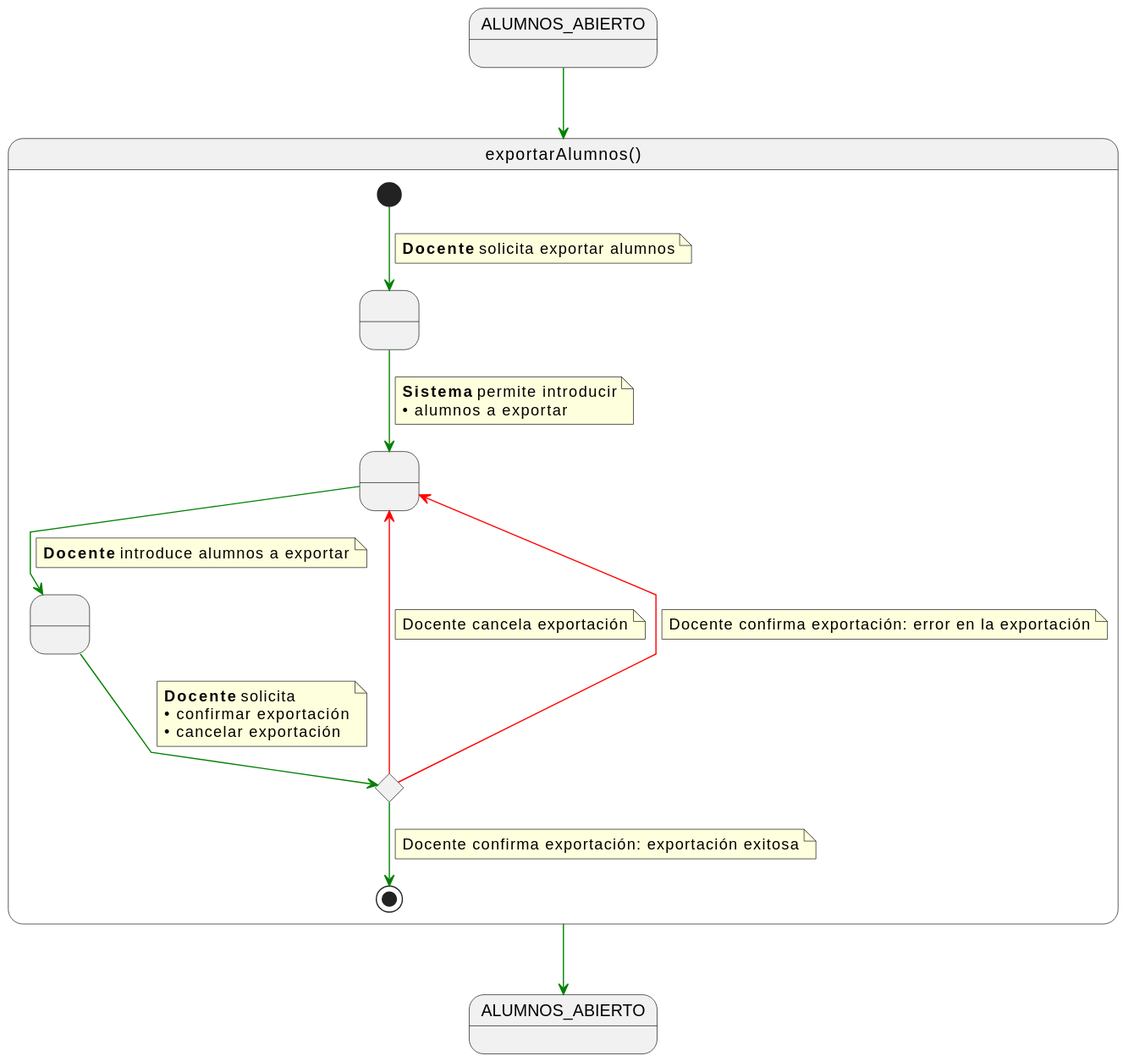
This is documents/casos-de-uso/detalladoCasosDeUso/exportarAlumnos/exportarAlumnos.svg from martinlopez7/25-26-IdSw1-SdR, a PlantUML export, as it was before one commit.
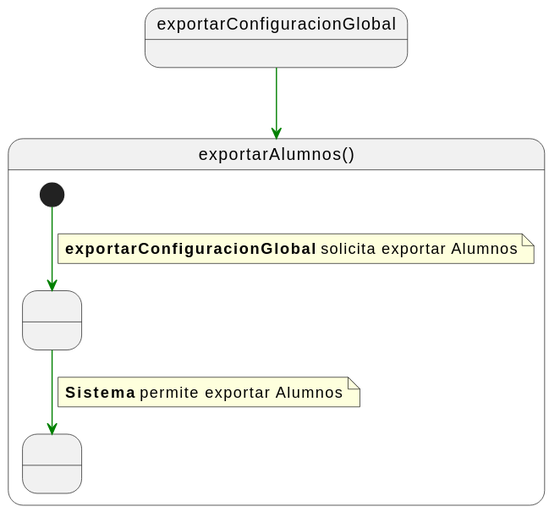
Later version of the same file.

What changed in the source:
```diff
@@ -1,54 +1,24 @@
 @startuml
 skinparam linetype polyline
 
-state ALUMNOS_ABIERTO2 as "ALUMNOS_ABIERTO"
+state exportarConfiguracionGlobal as "exportarConfiguracionGlobal"
 
 state exportarAlumnos as "exportarAlumnos()" {
 
     state " " as RequiringExport
     state " " as ProvidingAlumnos
-    state " " as ProvidingConfirmation
-    state c <<choice>>
 
     [*] -[#green]-> RequiringExport
     note on link
-    <b>Docente</b> solicita exportar alumnos
+    <b>exportarConfiguracionGlobal</b> solicita exportar Alumnos
     end note
 
     RequiringExport -[#green]-> ProvidingAlumnos
     note on link
-    <b>Sistema</b> permite introducir
-    • alumnos a exportar
+    <b>Sistema</b> permite exportar Alumnos
     end note
 
-    ProvidingAlumnos -[#green]-> ProvidingConfirmation
-    note on link
-    <b>Docente</b> introduce alumnos a exportar
-    end note
-
-    ProvidingConfirmation -[#green]-> c
-    note on link
-    <b>Docente</b> solicita
-    • confirmar exportación
-    • cancelar exportación
-    end note
-
-    c -[#red]-> ProvidingAlumnos
-    note on link
-    Docente cancela exportación
-    end note
-
-    c -[#red]-> ProvidingAlumnos
-    note on link
-    Docente confirma exportación: error en la exportación
-    end note
-
-    c -[#green]-> [*]
-    note on link
-    Docente confirma exportación: exportación exitosa
-    end note
 }
 
-ALUMNOS_ABIERTO -[#green]-> exportarAlumnos
-exportarAlumnos -[#green]-> ALUMNOS_ABIERTO2
+exportarConfiguracionGlobal -[#green]-> exportarAlumnos
 @enduml
```
